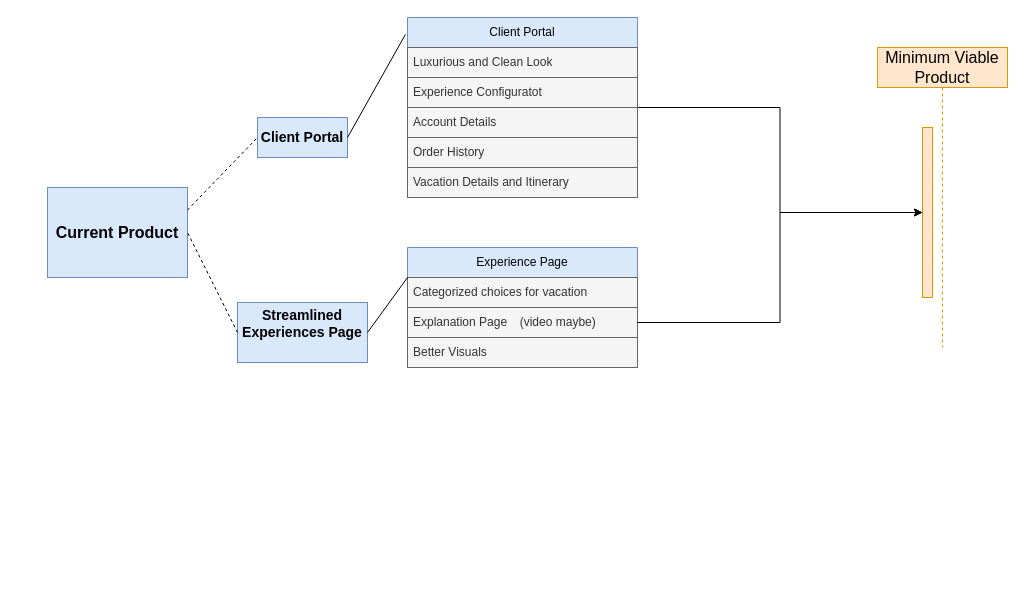
Before: Untitled Diagram.drawio in migies12/Ninja-App, a draw.io diagram. Source tidied: cells renumbered, new cells numbered last; positions are measured from the earlier drawing's top-left corner, leaving out a move shared by most shapes. Both pictures are drawn from the tidied source at 100%, with x=0, y=0 at pixel (47, 17).
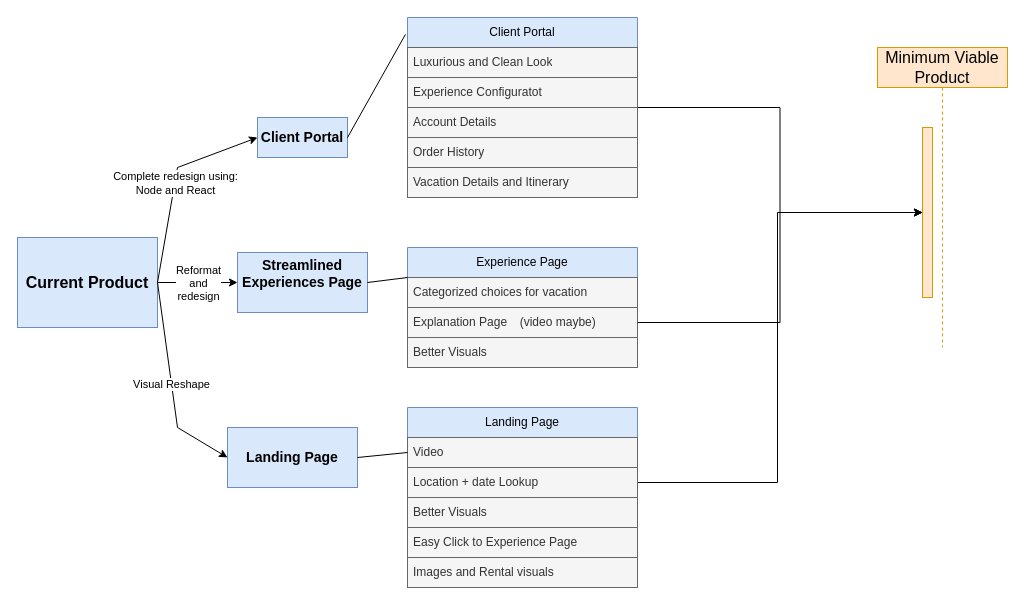
The same diagram, later.

Unchanged cells that the change refers to:
```xml
<mxCell id="3" style="html=1;points=[];perimeter=orthogonalPerimeter;outlineConnect=0;targetShapes=umlLifeline;portConstraint=eastwest;newEdgeStyle={&quot;edgeStyle&quot;:&quot;elbowEdgeStyle&quot;,&quot;elbow&quot;:&quot;vertical&quot;,&quot;curved&quot;:0,&quot;rounded&quot;:0};fillColor=#ffe6cc;strokeColor=#d79b00;" parent="2" vertex="1">
  <mxGeometry x="45" y="80" width="10" height="170" as="geometry" />
</mxCell>
<mxCell id="5" value="&lt;font style=&quot;font-size: 14px;&quot;&gt;Client Portal&lt;/font&gt;" style="rounded=0;whiteSpace=wrap;html=1;fontStyle=1;fillColor=#dae8fc;strokeColor=#6c8ebf;" parent="1" vertex="1">
  <mxGeometry x="210" y="100" width="90" height="40" as="geometry" />
</mxCell>
<mxCell id="17" value="Experience Page" style="swimlane;fontStyle=0;horizontal=1;startSize=30;whiteSpace=wrap;html=1;fillColor=#dae8fc;strokeColor=#6c8ebf;" parent="1" vertex="1">
  <mxGeometry x="360" y="230" width="230" height="120" as="geometry" />
</mxCell>
```

Change to the diagram source:
```diff
@@
     <mxCell id="4" value="&lt;font style=&quot;font-size: 16px;&quot;&gt;Current Product&lt;/font&gt;" style="rounded=0;whiteSpace=wrap;html=1;fontStyle=1;fillColor=#dae8fc;strokeColor=#6c8ebf;" parent="1" vertex="1">
-      <mxGeometry y="170" width="140" height="90" as="geometry" />
+      <mxGeometry x="-30" y="220" width="140" height="90" as="geometry" />
     </mxCell>
@@
-    <mxCell id="6" style="endArrow=none;dashed=1;html=1;rounded=0;entryX=0;entryY=0.5;entryDx=0;entryDy=0;exitX=1;exitY=0.25;exitDx=0;exitDy=0;" parent="1" edge="1" source="4" target="5">
-      <mxGeometry relative="1" as="geometry" />
-    </mxCell>
@@
     <mxCell id="8" value="&lt;font style=&quot;font-size: 14px;&quot;&gt;Streamlined Experiences Page&lt;br&gt;&lt;br&gt;&lt;/font&gt;" style="rounded=0;whiteSpace=wrap;html=1;fontStyle=1;fillColor=#dae8fc;strokeColor=#6c8ebf;" parent="1" vertex="1">
-      <mxGeometry x="190" y="285" width="130" height="60" as="geometry" />
+      <mxGeometry x="190" y="235" width="130" height="60" as="geometry" />
     </mxCell>
-    <mxCell id="9" style="endArrow=none;dashed=1;html=1;rounded=0;entryX=1;entryY=0.5;entryDx=0;entryDy=0;exitX=0;exitY=0.5;exitDx=0;exitDy=0;" parent="1" edge="1" source="8" target="4">
-      <mxGeometry relative="1" as="geometry" />
-    </mxCell>
@@
-    <mxCell id="21" style="endArrow=none;html=1;rounded=0;entryX=0;entryY=0.25;entryDx=0;entryDy=0;" parent="1" edge="1" target="17">
-      <mxGeometry relative="1" as="geometry">
-        <mxPoint x="320" y="315" as="sourcePoint" />
-      </mxGeometry>
+    <mxCell id="21" style="endArrow=none;html=1;rounded=0;entryX=0;entryY=0.25;entryDx=0;entryDy=0;exitX=1;exitY=0.5;exitDx=0;exitDy=0;" parent="1" edge="1" source="8" target="17">
+      <mxGeometry relative="1" as="geometry" />
     </mxCell>
@@
+    <mxCell id="23" value="&lt;font style=&quot;font-size: 14px;&quot;&gt;Landing Page&lt;br&gt;&lt;/font&gt;" style="rounded=0;whiteSpace=wrap;html=1;fontStyle=1;fillColor=#dae8fc;strokeColor=#6c8ebf;" parent="1" vertex="1">
+      <mxGeometry x="180" y="410" width="130" height="60" as="geometry" />
+    </mxCell>
+    <mxCell id="24" style="endArrow=classic;html=1;rounded=0;exitX=1;exitY=0.5;exitDx=0;exitDy=0;entryX=0;entryY=0.5;entryDx=0;entryDy=0;" parent="1" edge="1" source="4" target="23">
+      <mxGeometry relative="1" as="geometry">
+        <Array as="points">
+          <mxPoint x="130" y="410" />
+        </Array>
+      </mxGeometry>
+    </mxCell>
+    <mxCell id="25" value="Visual Reshape&lt;br&gt;" style="edgeLabel;html=1;align=center;verticalAlign=middle;" parent="24" vertex="1">
+      <mxGeometry relative="1" as="geometry" />
+    </mxCell>
+    <mxCell id="26" style="endArrow=classic;html=1;rounded=0;exitX=1;exitY=0.5;exitDx=0;exitDy=0;entryX=0;entryY=0.5;entryDx=0;entryDy=0;" parent="1" edge="1" source="4" target="8">
+      <mxGeometry relative="1" as="geometry" />
+    </mxCell>
+    <mxCell id="27" value="Reformat &lt;br&gt;and &lt;br&gt;redesign&lt;br&gt;" style="edgeLabel;html=1;align=center;verticalAlign=middle;" parent="26" vertex="1">
+      <mxGeometry relative="1" as="geometry" />
+    </mxCell>
+    <mxCell id="6" style="endArrow=classic;html=1;rounded=0;exitX=1;exitY=0.5;exitDx=0;exitDy=0;entryX=0;entryY=0.5;entryDx=0;entryDy=0;" parent="1" edge="1" source="4" target="5">
+      <mxGeometry relative="1" as="geometry">
+        <Array as="points">
+          <mxPoint x="130" y="150" />
+        </Array>
+      </mxGeometry>
+    </mxCell>
+    <mxCell id="28" value="Complete redesign using:&lt;br&gt;Node and React" style="edgeLabel;html=1;align=center;verticalAlign=middle;" parent="6" vertex="1">
+      <mxGeometry relative="1" as="geometry" />
+    </mxCell>
+    <mxCell id="29" style="edgeStyle=orthogonalEdgeStyle;rounded=0;jettySize=auto;html=1;" parent="1" edge="1" source="30" target="3">
+      <mxGeometry relative="1" as="geometry">
+        <Array as="points">
+          <mxPoint x="730" y="465" />
+          <mxPoint x="730" y="195" />
+        </Array>
+      </mxGeometry>
+    </mxCell>
+    <mxCell id="30" value="Landing Page" style="swimlane;fontStyle=0;horizontal=1;startSize=30;whiteSpace=wrap;html=1;fillColor=#dae8fc;strokeColor=#6c8ebf;" parent="1" vertex="1">
+      <mxGeometry x="360" y="390" width="230" height="180" as="geometry" />
+    </mxCell>
+    <mxCell id="31" value="Video" style="text;strokeColor=#666666;fillColor=#f5f5f5;align=left;verticalAlign=middle;spacingLeft=4;spacingRight=4;overflow=hidden;whiteSpace=wrap;html=1;fontColor=#333333;" parent="30" vertex="1">
+      <mxGeometry y="30" width="230" height="30" as="geometry" />
+    </mxCell>
+    <mxCell id="32" value="Location + date Lookup&amp;nbsp;" style="text;strokeColor=#666666;fillColor=#f5f5f5;align=left;verticalAlign=middle;spacingLeft=4;spacingRight=4;overflow=hidden;whiteSpace=wrap;html=1;fontColor=#333333;" parent="30" vertex="1">
+      <mxGeometry y="60" width="230" height="30" as="geometry" />
+    </mxCell>
+    <mxCell id="33" value="Better Visuals" style="text;strokeColor=#666666;fillColor=#f5f5f5;align=left;verticalAlign=middle;spacingLeft=4;spacingRight=4;overflow=hidden;whiteSpace=wrap;html=1;fontColor=#333333;" parent="30" vertex="1">
+      <mxGeometry y="90" width="230" height="30" as="geometry" />
+    </mxCell>
+    <mxCell id="34" value="Easy Click to Experience Page" style="text;strokeColor=#666666;fillColor=#f5f5f5;align=left;verticalAlign=middle;spacingLeft=4;spacingRight=4;overflow=hidden;whiteSpace=wrap;html=1;fontColor=#333333;" parent="30" vertex="1">
+      <mxGeometry y="120" width="230" height="30" as="geometry" />
+    </mxCell>
+    <mxCell id="35" value="Images and Rental visuals&lt;br&gt;" style="text;strokeColor=#666666;fillColor=#f5f5f5;align=left;verticalAlign=middle;spacingLeft=4;spacingRight=4;overflow=hidden;whiteSpace=wrap;html=1;fontColor=#333333;" parent="30" vertex="1">
+      <mxGeometry y="150" width="230" height="30" as="geometry" />
+    </mxCell>
+    <mxCell id="36" style="endArrow=none;html=1;rounded=0;exitX=1;exitY=0.5;exitDx=0;exitDy=0;entryX=0;entryY=0.25;entryDx=0;entryDy=0;" parent="1" edge="1" source="23" target="30">
+      <mxGeometry relative="1" as="geometry" />
+    </mxCell>
```
